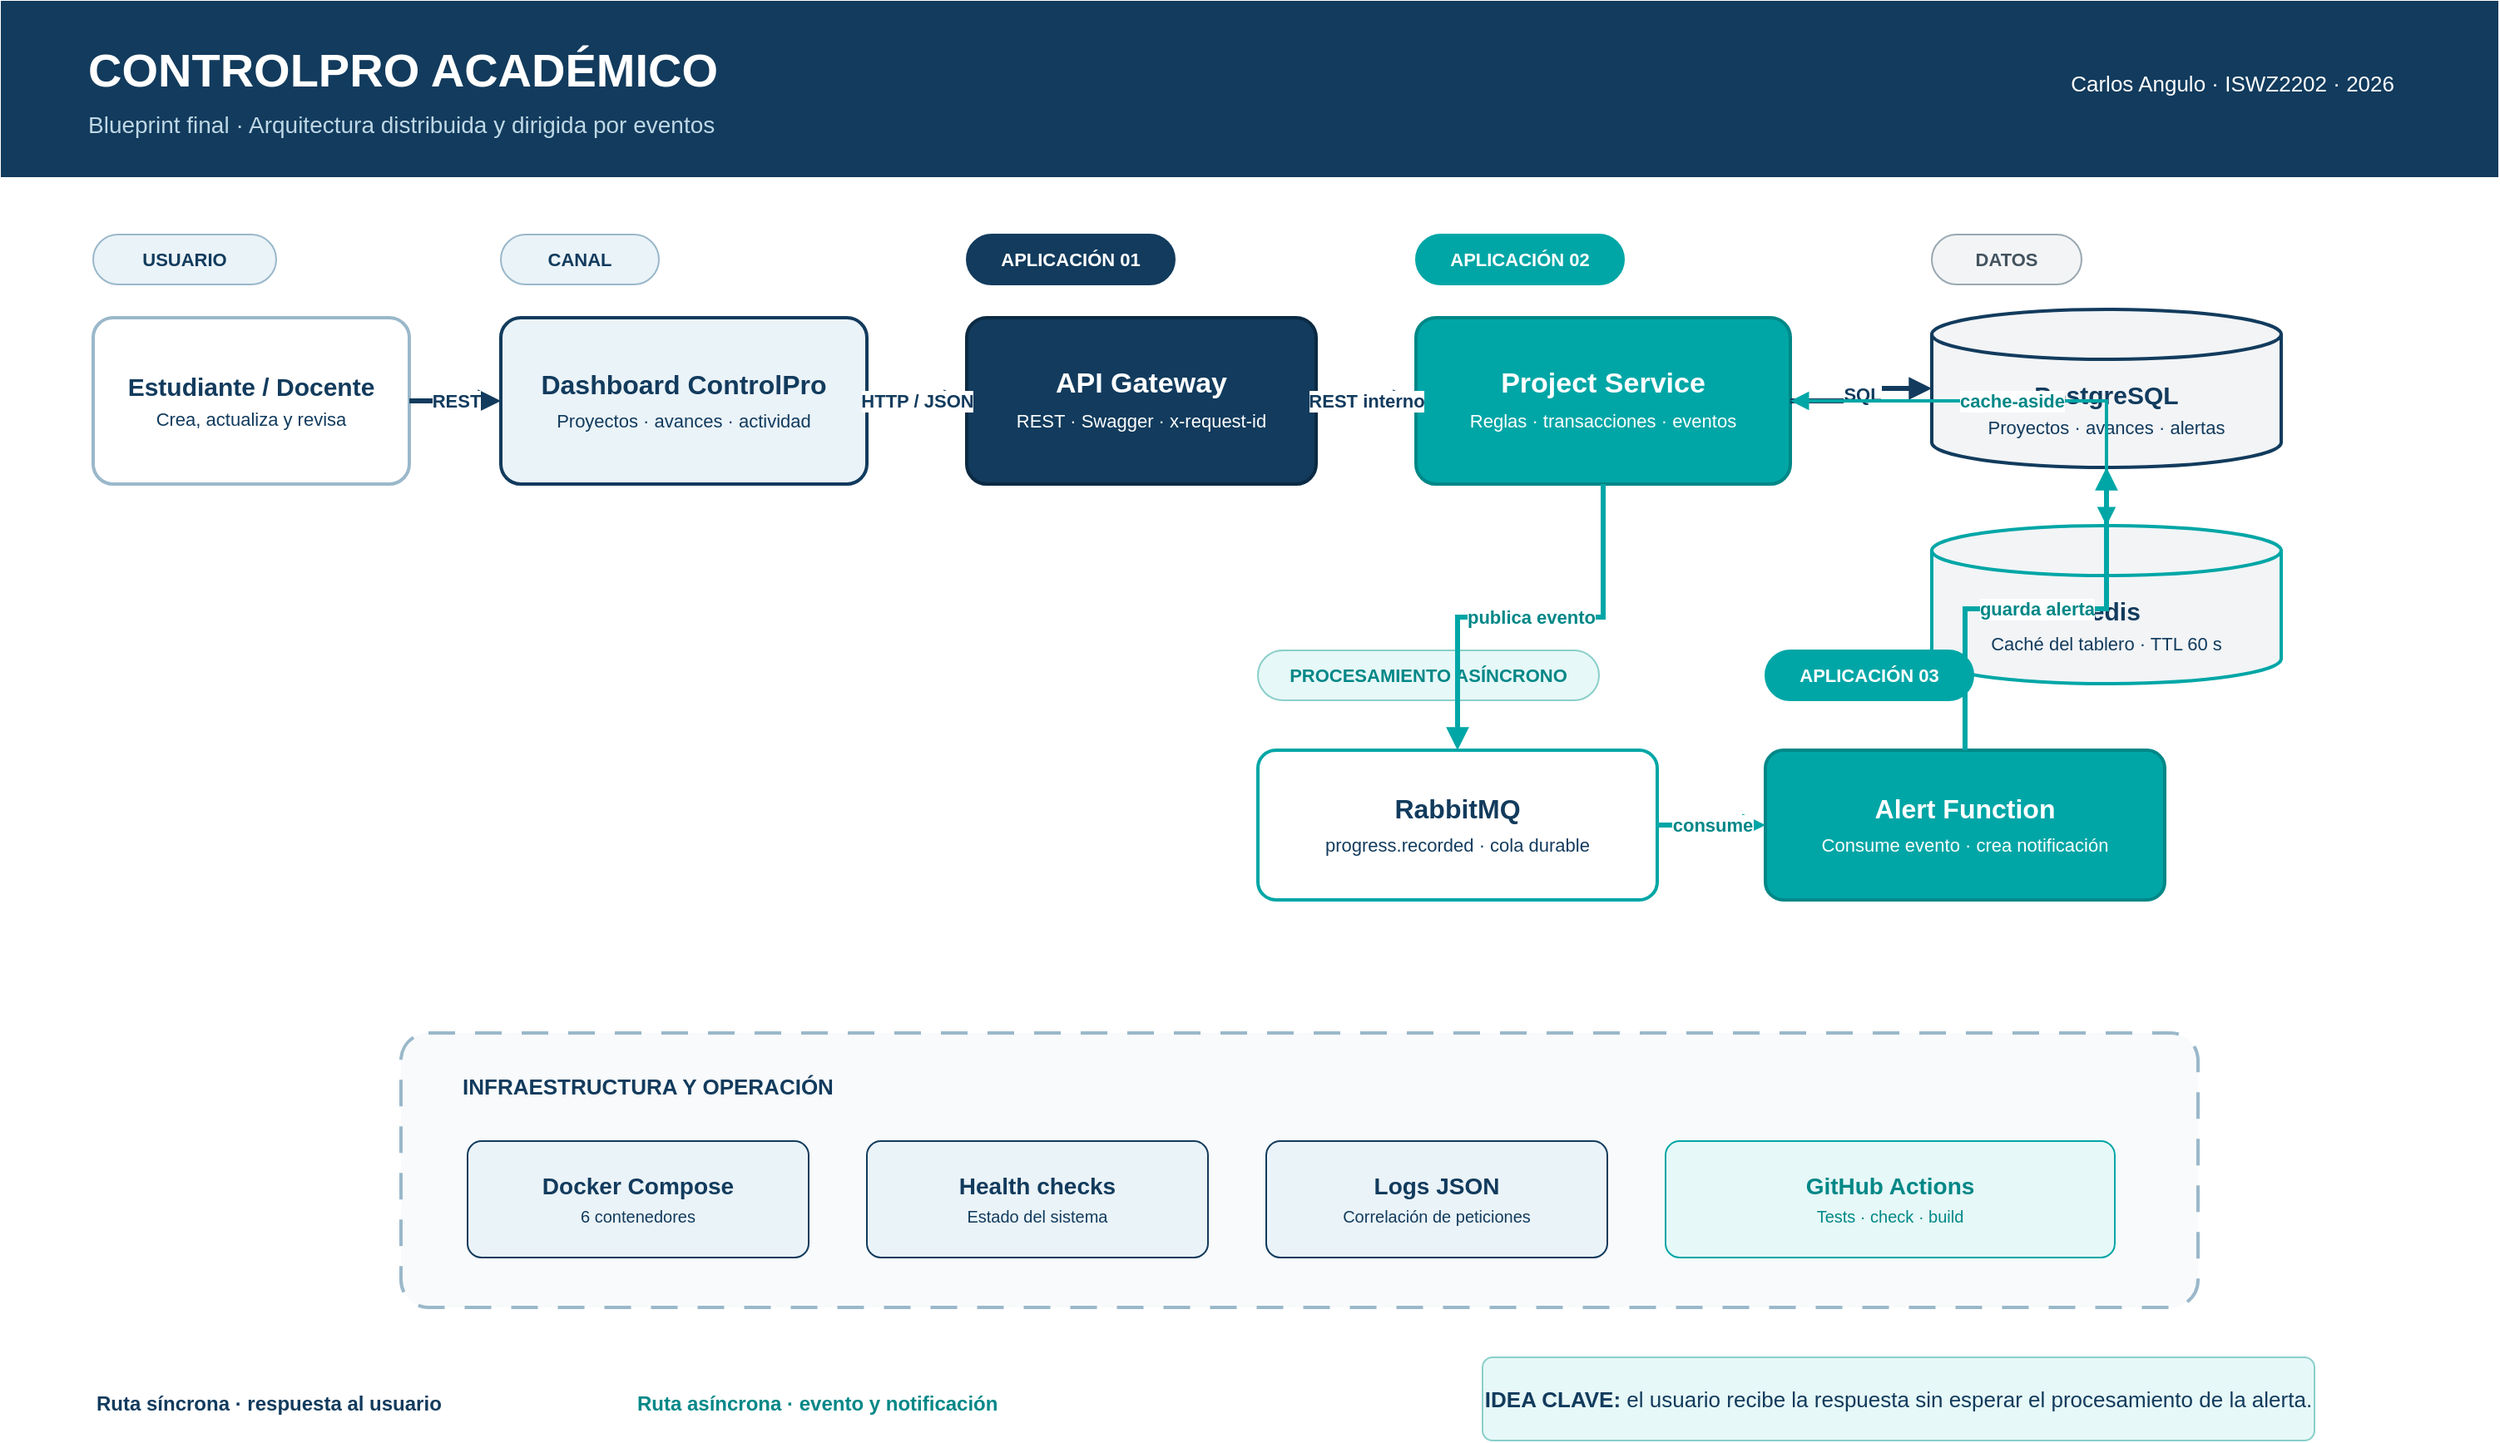
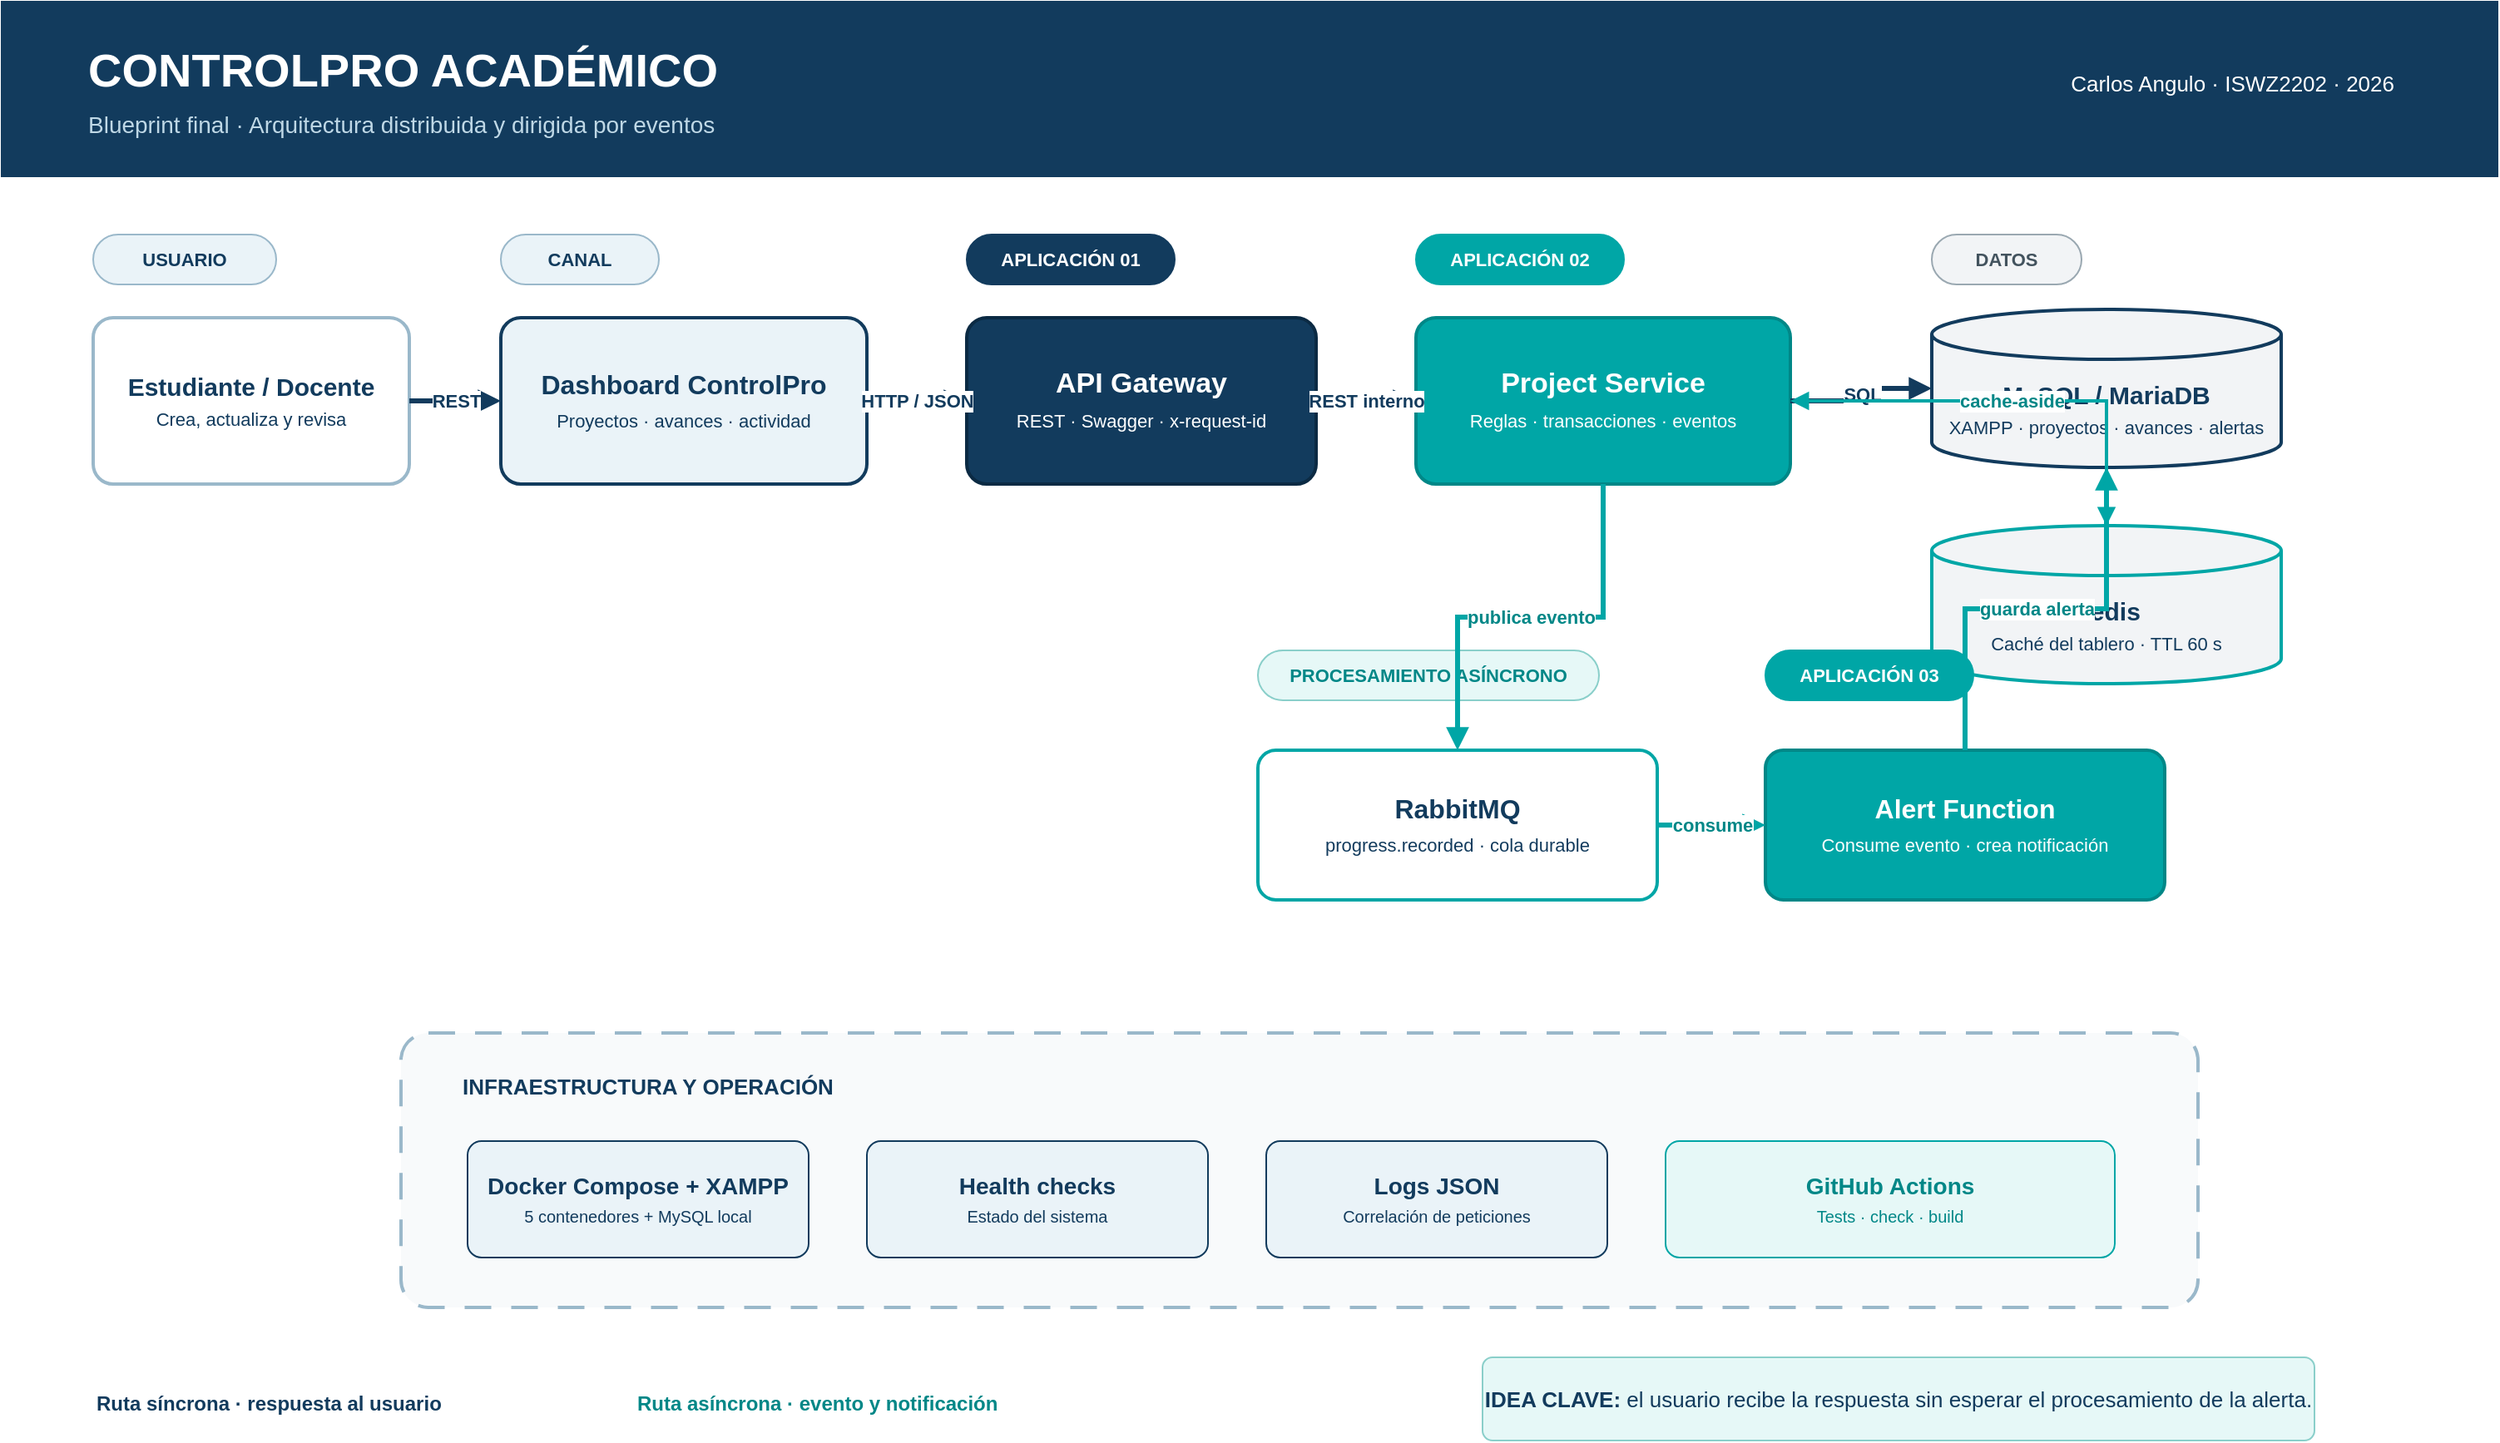
<mxfile host="Electron" agent="Codex" version="27.0.9">
  <diagram name="01 - Blueprint final" id="controlpro-blueprint-final">
    <mxGraphModel dx="1700" dy="1000" grid="1" gridSize="10" guides="1" tooltips="1" connect="1" arrows="1" fold="1" page="1" pageScale="1" pageWidth="1600" pageHeight="900" math="0" shadow="0">
      <root>
        <mxCell id="0" />
        <mxCell id="1" parent="0" />

        <mxCell id="header" value="" style="rounded=0;whiteSpace=wrap;html=1;fillColor=#123B5D;strokeColor=#123B5D;" parent="1" vertex="1"><mxGeometry x="0" y="0" width="1500" height="105" as="geometry" /></mxCell>
        <mxCell id="title" value="&lt;b&gt;CONTROLPRO ACADÉMICO&lt;/b&gt;" style="text;html=1;align=left;verticalAlign=middle;whiteSpace=wrap;rounded=0;fontSize=28;fontColor=#FFFFFF;" parent="1" vertex="1"><mxGeometry x="50" y="18" width="650" height="45" as="geometry" /></mxCell>
        <mxCell id="subtitle" value="Blueprint final · Arquitectura distribuida y dirigida por eventos" style="text;html=1;align=left;verticalAlign=middle;whiteSpace=wrap;rounded=0;fontSize=14;fontColor=#BFD8E6;" parent="1" vertex="1"><mxGeometry x="50" y="61" width="700" height="25" as="geometry" /></mxCell>
        <mxCell id="meta" value="Carlos Angulo · ISWZ2202 · 2026" style="text;html=1;align=right;verticalAlign=middle;whiteSpace=wrap;rounded=0;fontSize=13;fontColor=#FFFFFF;" parent="1" vertex="1"><mxGeometry x="1050" y="34" width="390" height="30" as="geometry" /></mxCell>

        <mxCell id="userLabel" value="USUARIO" style="rounded=1;whiteSpace=wrap;html=1;fillColor=#EAF3F8;strokeColor=#9AB8CA;fontColor=#123B5D;fontStyle=1;fontSize=11;arcSize=50;" parent="1" vertex="1"><mxGeometry x="55" y="140" width="110" height="30" as="geometry" /></mxCell>
        <mxCell id="user" value="&lt;b&gt;Estudiante / Docente&lt;/b&gt;&lt;br&gt;&lt;font style=&quot;font-size:11px&quot;&gt;Crea, actualiza y revisa&lt;/font&gt;" style="rounded=1;whiteSpace=wrap;html=1;fillColor=#FFFFFF;strokeColor=#9AB8CA;strokeWidth=2;fontColor=#123B5D;fontSize=15;arcSize=12;" parent="1" vertex="1"><mxGeometry x="55" y="190" width="190" height="100" as="geometry" /></mxCell>

        <mxCell id="channelLabel" value="CANAL" style="rounded=1;whiteSpace=wrap;html=1;fillColor=#EAF3F8;strokeColor=#9AB8CA;fontColor=#123B5D;fontStyle=1;fontSize=11;arcSize=50;" parent="1" vertex="1"><mxGeometry x="300" y="140" width="95" height="30" as="geometry" /></mxCell>
        <mxCell id="dashboard" value="&lt;b&gt;Dashboard ControlPro&lt;/b&gt;&lt;br&gt;&lt;font style=&quot;font-size:11px&quot;&gt;Proyectos · avances · actividad&lt;/font&gt;" style="rounded=1;whiteSpace=wrap;html=1;fillColor=#EAF3F8;strokeColor=#123B5D;strokeWidth=2;fontColor=#123B5D;fontSize=16;arcSize=12;" parent="1" vertex="1"><mxGeometry x="300" y="190" width="220" height="100" as="geometry" /></mxCell>

        <mxCell id="app1Label" value="APLICACIÓN 01" style="rounded=1;whiteSpace=wrap;html=1;fillColor=#123B5D;strokeColor=#123B5D;fontColor=#FFFFFF;fontStyle=1;fontSize=11;arcSize=50;" parent="1" vertex="1"><mxGeometry x="580" y="140" width="125" height="30" as="geometry" /></mxCell>
        <mxCell id="gateway" value="&lt;b&gt;API Gateway&lt;/b&gt;&lt;br&gt;&lt;font style=&quot;font-size:11px&quot;&gt;REST · Swagger · x-request-id&lt;/font&gt;" style="rounded=1;whiteSpace=wrap;html=1;fillColor=#123B5D;strokeColor=#0B2A43;strokeWidth=2;fontColor=#FFFFFF;fontSize=17;arcSize=12;" parent="1" vertex="1"><mxGeometry x="580" y="190" width="210" height="100" as="geometry" /></mxCell>

        <mxCell id="app2Label" value="APLICACIÓN 02" style="rounded=1;whiteSpace=wrap;html=1;fillColor=#00A6A6;strokeColor=#00A6A6;fontColor=#FFFFFF;fontStyle=1;fontSize=11;arcSize=50;" parent="1" vertex="1"><mxGeometry x="850" y="140" width="125" height="30" as="geometry" /></mxCell>
        <mxCell id="service" value="&lt;b&gt;Project Service&lt;/b&gt;&lt;br&gt;&lt;font style=&quot;font-size:11px&quot;&gt;Reglas · transacciones · eventos&lt;/font&gt;" style="rounded=1;whiteSpace=wrap;html=1;fillColor=#00A6A6;strokeColor=#008787;strokeWidth=2;fontColor=#FFFFFF;fontSize=17;arcSize=12;" parent="1" vertex="1"><mxGeometry x="850" y="190" width="225" height="100" as="geometry" /></mxCell>

        <mxCell id="dataLabel" value="DATOS" style="rounded=1;whiteSpace=wrap;html=1;fillColor=#F2F4F6;strokeColor=#9AA8B1;fontColor=#43535E;fontStyle=1;fontSize=11;arcSize=50;" parent="1" vertex="1"><mxGeometry x="1160" y="140" width="90" height="30" as="geometry" /></mxCell>
-         <mxCell id="postgres" value="&lt;b&gt;PostgreSQL&lt;/b&gt;&lt;br&gt;&lt;font style=&quot;font-size:11px&quot;&gt;Proyectos · avances · alertas&lt;/font&gt;" style="shape=cylinder3;whiteSpace=wrap;html=1;boundedLbl=1;backgroundOutline=1;fillColor=#F2F4F6;strokeColor=#123B5D;strokeWidth=2;fontColor=#123B5D;fontSize=15;" parent="1" vertex="1"><mxGeometry x="1160" y="185" width="210" height="95" as="geometry" /></mxCell>
+         <mxCell id="postgres" value="&lt;b&gt;MySQL / MariaDB&lt;/b&gt;&lt;br&gt;&lt;font style=&quot;font-size:11px&quot;&gt;XAMPP · proyectos · avances · alertas&lt;/font&gt;" style="shape=cylinder3;whiteSpace=wrap;html=1;boundedLbl=1;backgroundOutline=1;fillColor=#F2F4F6;strokeColor=#123B5D;strokeWidth=2;fontColor=#123B5D;fontSize=15;" parent="1" vertex="1"><mxGeometry x="1160" y="185" width="210" height="95" as="geometry" /></mxCell>
        <mxCell id="redis" value="&lt;b&gt;Redis&lt;/b&gt;&lt;br&gt;&lt;font style=&quot;font-size:11px&quot;&gt;Caché del tablero · TTL 60 s&lt;/font&gt;" style="shape=cylinder3;whiteSpace=wrap;html=1;boundedLbl=1;backgroundOutline=1;fillColor=#F2F4F6;strokeColor=#00A6A6;strokeWidth=2;fontColor=#123B5D;fontSize=15;" parent="1" vertex="1"><mxGeometry x="1160" y="315" width="210" height="95" as="geometry" /></mxCell>

        <mxCell id="asyncLabel" value="PROCESAMIENTO ASÍNCRONO" style="rounded=1;whiteSpace=wrap;html=1;fillColor=#E6F8F7;strokeColor=#8ACFCA;fontColor=#008787;fontStyle=1;fontSize=11;arcSize=50;" parent="1" vertex="1"><mxGeometry x="755" y="390" width="205" height="30" as="geometry" /></mxCell>
        <mxCell id="rabbit" value="&lt;b&gt;RabbitMQ&lt;/b&gt;&lt;br&gt;&lt;font style=&quot;font-size:11px&quot;&gt;progress.recorded · cola durable&lt;/font&gt;" style="rounded=1;whiteSpace=wrap;html=1;fillColor=#FFFFFF;strokeColor=#00A6A6;strokeWidth=2;fontColor=#123B5D;fontSize=16;arcSize=12;" parent="1" vertex="1"><mxGeometry x="755" y="450" width="240" height="90" as="geometry" /></mxCell>
        <mxCell id="app3Label" value="APLICACIÓN 03" style="rounded=1;whiteSpace=wrap;html=1;fillColor=#00A6A6;strokeColor=#00A6A6;fontColor=#FFFFFF;fontStyle=1;fontSize=11;arcSize=50;" parent="1" vertex="1"><mxGeometry x="1060" y="390" width="125" height="30" as="geometry" /></mxCell>
        <mxCell id="function" value="&lt;b&gt;Alert Function&lt;/b&gt;&lt;br&gt;&lt;font style=&quot;font-size:11px&quot;&gt;Consume evento · crea notificación&lt;/font&gt;" style="rounded=1;whiteSpace=wrap;html=1;fillColor=#00A6A6;strokeColor=#008787;strokeWidth=2;fontColor=#FFFFFF;fontSize=16;arcSize=12;" parent="1" vertex="1"><mxGeometry x="1060" y="450" width="240" height="90" as="geometry" /></mxCell>

        <mxCell id="infraBox" value="" style="rounded=1;whiteSpace=wrap;html=1;fillColor=#F8FAFB;strokeColor=#9AB8CA;strokeWidth=2;dashed=1;dashPattern=8 6;arcSize=10;" parent="1" vertex="1"><mxGeometry x="240" y="620" width="1080" height="165" as="geometry" /></mxCell>
        <mxCell id="infraTitle" value="&lt;b&gt;INFRAESTRUCTURA Y OPERACIÓN&lt;/b&gt;" style="text;html=1;align=left;verticalAlign=middle;whiteSpace=wrap;rounded=0;fontSize=13;fontColor=#123B5D;" parent="1" vertex="1"><mxGeometry x="275" y="637" width="300" height="30" as="geometry" /></mxCell>
-         <mxCell id="docker" value="&lt;b&gt;Docker Compose&lt;/b&gt;&lt;br&gt;&lt;font style=&quot;font-size:10px&quot;&gt;6 contenedores&lt;/font&gt;" style="rounded=1;whiteSpace=wrap;html=1;fillColor=#EAF3F8;strokeColor=#123B5D;fontColor=#123B5D;fontSize=14;arcSize=12;" parent="1" vertex="1"><mxGeometry x="280" y="685" width="205" height="70" as="geometry" /></mxCell>
+         <mxCell id="docker" value="&lt;b&gt;Docker Compose + XAMPP&lt;/b&gt;&lt;br&gt;&lt;font style=&quot;font-size:10px&quot;&gt;5 contenedores + MySQL local&lt;/font&gt;" style="rounded=1;whiteSpace=wrap;html=1;fillColor=#EAF3F8;strokeColor=#123B5D;fontColor=#123B5D;fontSize=14;arcSize=12;" parent="1" vertex="1"><mxGeometry x="280" y="685" width="205" height="70" as="geometry" /></mxCell>
        <mxCell id="health" value="&lt;b&gt;Health checks&lt;/b&gt;&lt;br&gt;&lt;font style=&quot;font-size:10px&quot;&gt;Estado del sistema&lt;/font&gt;" style="rounded=1;whiteSpace=wrap;html=1;fillColor=#EAF3F8;strokeColor=#123B5D;fontColor=#123B5D;fontSize=14;arcSize=12;" parent="1" vertex="1"><mxGeometry x="520" y="685" width="205" height="70" as="geometry" /></mxCell>
        <mxCell id="logs" value="&lt;b&gt;Logs JSON&lt;/b&gt;&lt;br&gt;&lt;font style=&quot;font-size:10px&quot;&gt;Correlación de peticiones&lt;/font&gt;" style="rounded=1;whiteSpace=wrap;html=1;fillColor=#EAF3F8;strokeColor=#123B5D;fontColor=#123B5D;fontSize=14;arcSize=12;" parent="1" vertex="1"><mxGeometry x="760" y="685" width="205" height="70" as="geometry" /></mxCell>
        <mxCell id="cicd" value="&lt;b&gt;GitHub Actions&lt;/b&gt;&lt;br&gt;&lt;font style=&quot;font-size:10px&quot;&gt;Tests · check · build&lt;/font&gt;" style="rounded=1;whiteSpace=wrap;html=1;fillColor=#E6F8F7;strokeColor=#00A6A6;fontColor=#008787;fontSize=14;arcSize=12;" parent="1" vertex="1"><mxGeometry x="1000" y="685" width="270" height="70" as="geometry" /></mxCell>

        <mxCell id="syncLegend" value="Ruta síncrona · respuesta al usuario" style="text;html=1;align=left;verticalAlign=middle;whiteSpace=wrap;rounded=0;fontSize=12;fontColor=#123B5D;fontStyle=1;" parent="1" vertex="1"><mxGeometry x="55" y="830" width="300" height="25" as="geometry" /></mxCell>
        <mxCell id="asyncLegend" value="Ruta asíncrona · evento y notificación" style="text;html=1;align=left;verticalAlign=middle;whiteSpace=wrap;rounded=0;fontSize=12;fontColor=#008787;fontStyle=1;" parent="1" vertex="1"><mxGeometry x="380" y="830" width="330" height="25" as="geometry" /></mxCell>
        <mxCell id="keyIdea" value="&lt;b&gt;IDEA CLAVE:&lt;/b&gt; el usuario recibe la respuesta sin esperar el procesamiento de la alerta." style="rounded=1;whiteSpace=wrap;html=1;fillColor=#E6F8F7;strokeColor=#8ACFCA;fontColor=#123B5D;fontSize=13;arcSize=12;" parent="1" vertex="1"><mxGeometry x="890" y="815" width="500" height="50" as="geometry" /></mxCell>

        <mxCell id="e1" value="REST" style="edgeStyle=orthogonalEdgeStyle;rounded=0;orthogonalLoop=1;jettySize=auto;html=1;strokeColor=#123B5D;strokeWidth=3;endArrow=block;endFill=1;fontColor=#123B5D;fontStyle=1;" parent="1" source="user" target="dashboard" edge="1"><mxGeometry relative="1" as="geometry" /></mxCell>
        <mxCell id="e2" value="HTTP / JSON" style="edgeStyle=orthogonalEdgeStyle;rounded=0;orthogonalLoop=1;jettySize=auto;html=1;strokeColor=#123B5D;strokeWidth=3;endArrow=block;endFill=1;fontColor=#123B5D;fontStyle=1;" parent="1" source="dashboard" target="gateway" edge="1"><mxGeometry relative="1" as="geometry" /></mxCell>
        <mxCell id="e3" value="REST interno" style="edgeStyle=orthogonalEdgeStyle;rounded=0;orthogonalLoop=1;jettySize=auto;html=1;strokeColor=#123B5D;strokeWidth=3;endArrow=block;endFill=1;fontColor=#123B5D;fontStyle=1;" parent="1" source="gateway" target="service" edge="1"><mxGeometry relative="1" as="geometry" /></mxCell>
        <mxCell id="e4" value="SQL" style="edgeStyle=orthogonalEdgeStyle;rounded=0;orthogonalLoop=1;jettySize=auto;html=1;strokeColor=#123B5D;strokeWidth=3;endArrow=block;endFill=1;fontColor=#123B5D;fontStyle=1;" parent="1" source="service" target="postgres" edge="1"><mxGeometry relative="1" as="geometry" /></mxCell>
        <mxCell id="e5" value="cache-aside" style="edgeStyle=orthogonalEdgeStyle;rounded=0;orthogonalLoop=1;jettySize=auto;html=1;strokeColor=#00A6A6;strokeWidth=2;startArrow=block;startFill=1;endArrow=block;endFill=1;fontColor=#008787;fontStyle=1;" parent="1" source="service" target="redis" edge="1"><mxGeometry relative="1" as="geometry" /></mxCell>
        <mxCell id="e6" value="publica evento" style="edgeStyle=orthogonalEdgeStyle;rounded=0;orthogonalLoop=1;jettySize=auto;html=1;strokeColor=#00A6A6;strokeWidth=3;endArrow=block;endFill=1;fontColor=#008787;fontStyle=1;" parent="1" source="service" target="rabbit" edge="1"><mxGeometry relative="1" as="geometry" /></mxCell>
        <mxCell id="e7" value="consume" style="edgeStyle=orthogonalEdgeStyle;rounded=0;orthogonalLoop=1;jettySize=auto;html=1;strokeColor=#00A6A6;strokeWidth=3;endArrow=block;endFill=1;fontColor=#008787;fontStyle=1;" parent="1" source="rabbit" target="function" edge="1"><mxGeometry relative="1" as="geometry" /></mxCell>
        <mxCell id="e8" value="guarda alerta" style="edgeStyle=orthogonalEdgeStyle;rounded=0;orthogonalLoop=1;jettySize=auto;html=1;strokeColor=#00A6A6;strokeWidth=3;endArrow=block;endFill=1;fontColor=#008787;fontStyle=1;" parent="1" source="function" target="postgres" edge="1"><mxGeometry relative="1" as="geometry" /></mxCell>
      </root>
    </mxGraphModel>
  </diagram>

  <diagram name="02 - Flujo registrar avance" id="controlpro-progress-flow">
    <mxGraphModel dx="1700" dy="1000" grid="1" gridSize="10" guides="1" tooltips="1" connect="1" arrows="1" fold="1" page="1" pageScale="1" pageWidth="1600" pageHeight="900" math="0" shadow="0">
      <root>
        <mxCell id="f0" />
        <mxCell id="f1" parent="f0" />
        <mxCell id="fHeader" value="" style="rounded=0;whiteSpace=wrap;html=1;fillColor=#123B5D;strokeColor=#123B5D;" parent="f1" vertex="1"><mxGeometry x="0" y="0" width="1500" height="105" as="geometry" /></mxCell>
        <mxCell id="fTitle" value="&lt;b&gt;FLUJO PRINCIPAL · REGISTRAR UN AVANCE&lt;/b&gt;" style="text;html=1;align=left;verticalAlign=middle;whiteSpace=wrap;rounded=0;fontSize=26;fontColor=#FFFFFF;" parent="f1" vertex="1"><mxGeometry x="50" y="20" width="850" height="42" as="geometry" /></mxCell>
        <mxCell id="fSubtitle" value="Del clic del estudiante a la notificación asíncrona" style="text;html=1;align=left;verticalAlign=middle;whiteSpace=wrap;rounded=0;fontSize=14;fontColor=#BFD8E6;" parent="f1" vertex="1"><mxGeometry x="50" y="61" width="650" height="25" as="geometry" /></mxCell>

        <mxCell id="actor1" value="&lt;b&gt;Dashboard&lt;/b&gt;" style="rounded=1;whiteSpace=wrap;html=1;fillColor=#EAF3F8;strokeColor=#123B5D;fontColor=#123B5D;fontSize=15;arcSize=12;" parent="f1" vertex="1"><mxGeometry x="60" y="140" width="180" height="60" as="geometry" /></mxCell>
        <mxCell id="actor2" value="&lt;b&gt;API Gateway&lt;/b&gt;" style="rounded=1;whiteSpace=wrap;html=1;fillColor=#123B5D;strokeColor=#0B2A43;fontColor=#FFFFFF;fontSize=15;arcSize=12;" parent="f1" vertex="1"><mxGeometry x="310" y="140" width="180" height="60" as="geometry" /></mxCell>
        <mxCell id="actor3" value="&lt;b&gt;Project Service&lt;/b&gt;" style="rounded=1;whiteSpace=wrap;html=1;fillColor=#00A6A6;strokeColor=#008787;fontColor=#FFFFFF;fontSize=15;arcSize=12;" parent="f1" vertex="1"><mxGeometry x="560" y="140" width="190" height="60" as="geometry" /></mxCell>
-         <mxCell id="actor4" value="&lt;b&gt;PostgreSQL&lt;/b&gt;" style="rounded=1;whiteSpace=wrap;html=1;fillColor=#F2F4F6;strokeColor=#123B5D;fontColor=#123B5D;fontSize=15;arcSize=12;" parent="f1" vertex="1"><mxGeometry x="825" y="140" width="180" height="60" as="geometry" /></mxCell>
+         <mxCell id="actor4" value="&lt;b&gt;MySQL / XAMPP&lt;/b&gt;" style="rounded=1;whiteSpace=wrap;html=1;fillColor=#F2F4F6;strokeColor=#123B5D;fontColor=#123B5D;fontSize=15;arcSize=12;" parent="f1" vertex="1"><mxGeometry x="825" y="140" width="180" height="60" as="geometry" /></mxCell>
        <mxCell id="actor5" value="&lt;b&gt;RabbitMQ&lt;/b&gt;" style="rounded=1;whiteSpace=wrap;html=1;fillColor=#FFFFFF;strokeColor=#00A6A6;fontColor=#123B5D;fontSize=15;arcSize=12;" parent="f1" vertex="1"><mxGeometry x="1080" y="140" width="180" height="60" as="geometry" /></mxCell>
        <mxCell id="actor6" value="&lt;b&gt;Alert Function&lt;/b&gt;" style="rounded=1;whiteSpace=wrap;html=1;fillColor=#00A6A6;strokeColor=#008787;fontColor=#FFFFFF;fontSize=15;arcSize=12;" parent="f1" vertex="1"><mxGeometry x="1320" y="140" width="180" height="60" as="geometry" /></mxCell>

        <mxCell id="life1" value="" style="edgeStyle=none;html=1;dashed=1;dashPattern=4 4;strokeColor=#9AB8CA;strokeWidth=2;endArrow=none;" parent="f1" edge="1"><mxGeometry relative="1" as="geometry"><mxPoint x="150" y="200" as="sourcePoint" /><mxPoint x="150" y="760" as="targetPoint" /></mxGeometry></mxCell>
        <mxCell id="life2" value="" style="edgeStyle=none;html=1;dashed=1;dashPattern=4 4;strokeColor=#9AB8CA;strokeWidth=2;endArrow=none;" parent="f1" edge="1"><mxGeometry relative="1" as="geometry"><mxPoint x="400" y="200" as="sourcePoint" /><mxPoint x="400" y="760" as="targetPoint" /></mxGeometry></mxCell>
        <mxCell id="life3" value="" style="edgeStyle=none;html=1;dashed=1;dashPattern=4 4;strokeColor=#9AB8CA;strokeWidth=2;endArrow=none;" parent="f1" edge="1"><mxGeometry relative="1" as="geometry"><mxPoint x="655" y="200" as="sourcePoint" /><mxPoint x="655" y="760" as="targetPoint" /></mxGeometry></mxCell>
        <mxCell id="life4" value="" style="edgeStyle=none;html=1;dashed=1;dashPattern=4 4;strokeColor=#9AB8CA;strokeWidth=2;endArrow=none;" parent="f1" edge="1"><mxGeometry relative="1" as="geometry"><mxPoint x="915" y="200" as="sourcePoint" /><mxPoint x="915" y="760" as="targetPoint" /></mxGeometry></mxCell>
        <mxCell id="life5" value="" style="edgeStyle=none;html=1;dashed=1;dashPattern=4 4;strokeColor=#9AB8CA;strokeWidth=2;endArrow=none;" parent="f1" edge="1"><mxGeometry relative="1" as="geometry"><mxPoint x="1170" y="200" as="sourcePoint" /><mxPoint x="1170" y="760" as="targetPoint" /></mxGeometry></mxCell>
        <mxCell id="life6" value="" style="edgeStyle=none;html=1;dashed=1;dashPattern=4 4;strokeColor=#9AB8CA;strokeWidth=2;endArrow=none;" parent="f1" edge="1"><mxGeometry relative="1" as="geometry"><mxPoint x="1410" y="200" as="sourcePoint" /><mxPoint x="1410" y="760" as="targetPoint" /></mxGeometry></mxCell>

        <mxCell id="n1" value="1" style="ellipse;whiteSpace=wrap;html=1;aspect=fixed;fillColor=#123B5D;strokeColor=#123B5D;fontColor=#FFFFFF;fontStyle=1;fontSize=14;" parent="f1" vertex="1"><mxGeometry x="245" y="230" width="34" height="34" as="geometry" /></mxCell>
        <mxCell id="flow1" value="POST /api/projects/{id}/progress" style="edgeStyle=none;html=1;strokeColor=#123B5D;strokeWidth=3;endArrow=block;endFill=1;fontColor=#123B5D;fontStyle=1;fontSize=12;" parent="f1" edge="1"><mxGeometry relative="1" as="geometry"><mxPoint x="150" y="280" as="sourcePoint" /><mxPoint x="400" y="280" as="targetPoint" /></mxGeometry></mxCell>
        <mxCell id="n2" value="2" style="ellipse;whiteSpace=wrap;html=1;aspect=fixed;fillColor=#123B5D;strokeColor=#123B5D;fontColor=#FFFFFF;fontStyle=1;fontSize=14;" parent="f1" vertex="1"><mxGeometry x="500" y="300" width="34" height="34" as="geometry" /></mxCell>
        <mxCell id="flow2" value="Reenvía JSON + x-request-id" style="edgeStyle=none;html=1;strokeColor=#123B5D;strokeWidth=3;endArrow=block;endFill=1;fontColor=#123B5D;fontStyle=1;fontSize=12;" parent="f1" edge="1"><mxGeometry relative="1" as="geometry"><mxPoint x="400" y="350" as="sourcePoint" /><mxPoint x="655" y="350" as="targetPoint" /></mxGeometry></mxCell>
        <mxCell id="n3" value="3" style="ellipse;whiteSpace=wrap;html=1;aspect=fixed;fillColor=#00A6A6;strokeColor=#00A6A6;fontColor=#FFFFFF;fontStyle=1;fontSize=14;" parent="f1" vertex="1"><mxGeometry x="760" y="370" width="34" height="34" as="geometry" /></mxCell>
        <mxCell id="flow3" value="Valida + BEGIN + FOR UPDATE" style="edgeStyle=none;html=1;strokeColor=#00A6A6;strokeWidth=3;endArrow=block;endFill=1;fontColor=#008787;fontStyle=1;fontSize=12;" parent="f1" edge="1"><mxGeometry relative="1" as="geometry"><mxPoint x="655" y="420" as="sourcePoint" /><mxPoint x="915" y="420" as="targetPoint" /></mxGeometry></mxCell>
        <mxCell id="n4" value="4" style="ellipse;whiteSpace=wrap;html=1;aspect=fixed;fillColor=#00A6A6;strokeColor=#00A6A6;fontColor=#FFFFFF;fontStyle=1;fontSize=14;" parent="f1" vertex="1"><mxGeometry x="760" y="440" width="34" height="34" as="geometry" /></mxCell>
        <mxCell id="flow4" value="COMMIT · avance guardado" style="edgeStyle=none;html=1;strokeColor=#00A6A6;strokeWidth=3;dashed=1;endArrow=block;endFill=1;fontColor=#008787;fontStyle=1;fontSize=12;" parent="f1" edge="1"><mxGeometry relative="1" as="geometry"><mxPoint x="915" y="490" as="sourcePoint" /><mxPoint x="655" y="490" as="targetPoint" /></mxGeometry></mxCell>
        <mxCell id="n5" value="5" style="ellipse;whiteSpace=wrap;html=1;aspect=fixed;fillColor=#00A6A6;strokeColor=#00A6A6;fontColor=#FFFFFF;fontStyle=1;fontSize=14;" parent="f1" vertex="1"><mxGeometry x="980" y="510" width="34" height="34" as="geometry" /></mxCell>
        <mxCell id="flow5" value="Publica progress.recorded" style="edgeStyle=none;html=1;strokeColor=#00A6A6;strokeWidth=3;endArrow=block;endFill=1;fontColor=#008787;fontStyle=1;fontSize=12;" parent="f1" edge="1"><mxGeometry relative="1" as="geometry"><mxPoint x="655" y="560" as="sourcePoint" /><mxPoint x="1170" y="560" as="targetPoint" /></mxGeometry></mxCell>
        <mxCell id="n6" value="6" style="ellipse;whiteSpace=wrap;html=1;aspect=fixed;fillColor=#123B5D;strokeColor=#123B5D;fontColor=#FFFFFF;fontStyle=1;fontSize=14;" parent="f1" vertex="1"><mxGeometry x="380" y="580" width="34" height="34" as="geometry" /></mxCell>
        <mxCell id="flow6" value="HTTP 201 · evento publicado" style="edgeStyle=none;html=1;strokeColor=#123B5D;strokeWidth=3;dashed=1;endArrow=block;endFill=1;fontColor=#123B5D;fontStyle=1;fontSize=12;" parent="f1" edge="1"><mxGeometry relative="1" as="geometry"><mxPoint x="655" y="630" as="sourcePoint" /><mxPoint x="150" y="630" as="targetPoint" /></mxGeometry></mxCell>
        <mxCell id="n7" value="7" style="ellipse;whiteSpace=wrap;html=1;aspect=fixed;fillColor=#00A6A6;strokeColor=#00A6A6;fontColor=#FFFFFF;fontStyle=1;fontSize=14;" parent="f1" vertex="1"><mxGeometry x="1265" y="650" width="34" height="34" as="geometry" /></mxCell>
        <mxCell id="flow7" value="Consume evento · crea notificación" style="edgeStyle=none;html=1;strokeColor=#00A6A6;strokeWidth=3;endArrow=block;endFill=1;fontColor=#008787;fontStyle=1;fontSize=12;" parent="f1" edge="1"><mxGeometry relative="1" as="geometry"><mxPoint x="1170" y="700" as="sourcePoint" /><mxPoint x="1410" y="700" as="targetPoint" /></mxGeometry></mxCell>

        <mxCell id="flowKey" value="&lt;b&gt;MENSAJE PARA LA EXPOSICIÓN:&lt;/b&gt; la respuesta HTTP 201 llega antes de que la función termine la alerta; RabbitMQ desacopla ambos procesos." style="rounded=1;whiteSpace=wrap;html=1;fillColor=#E6F8F7;strokeColor=#00A6A6;strokeWidth=2;fontColor=#123B5D;fontSize=14;arcSize=12;" parent="f1" vertex="1"><mxGeometry x="265" y="790" width="970" height="65" as="geometry" /></mxCell>
      </root>
    </mxGraphModel>
  </diagram>
</mxfile>
